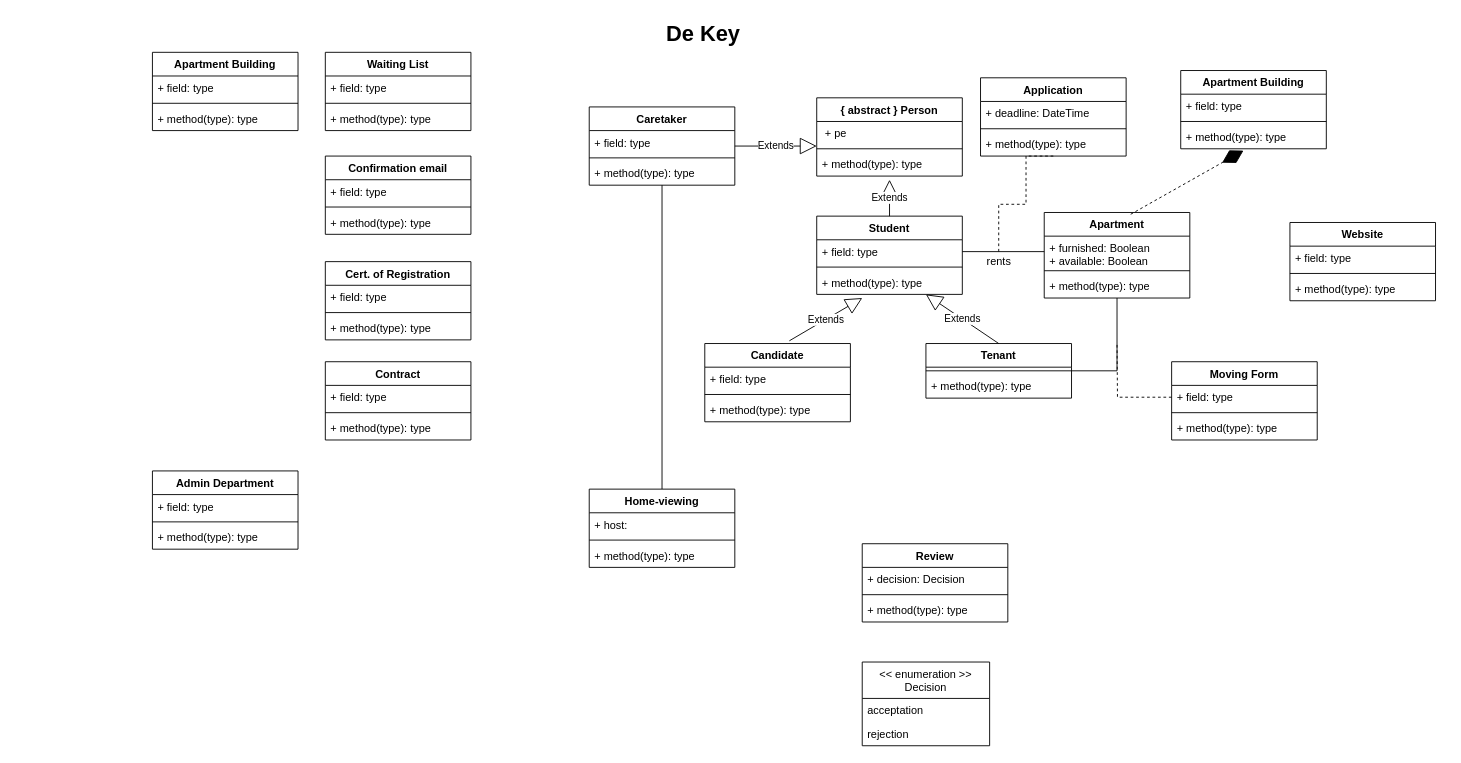
Above: Model_De_Key.drawio in Barager/IS-design (draw.io), before the change. Source tidied: cells renumbered, new cells numbered last; positions are measured from the earlier drawing's top-left corner, leaving out a move shared by most shapes. Both pictures are drawn from the tidied source at 91%, with x=0, y=0 at pixel (15, 15).
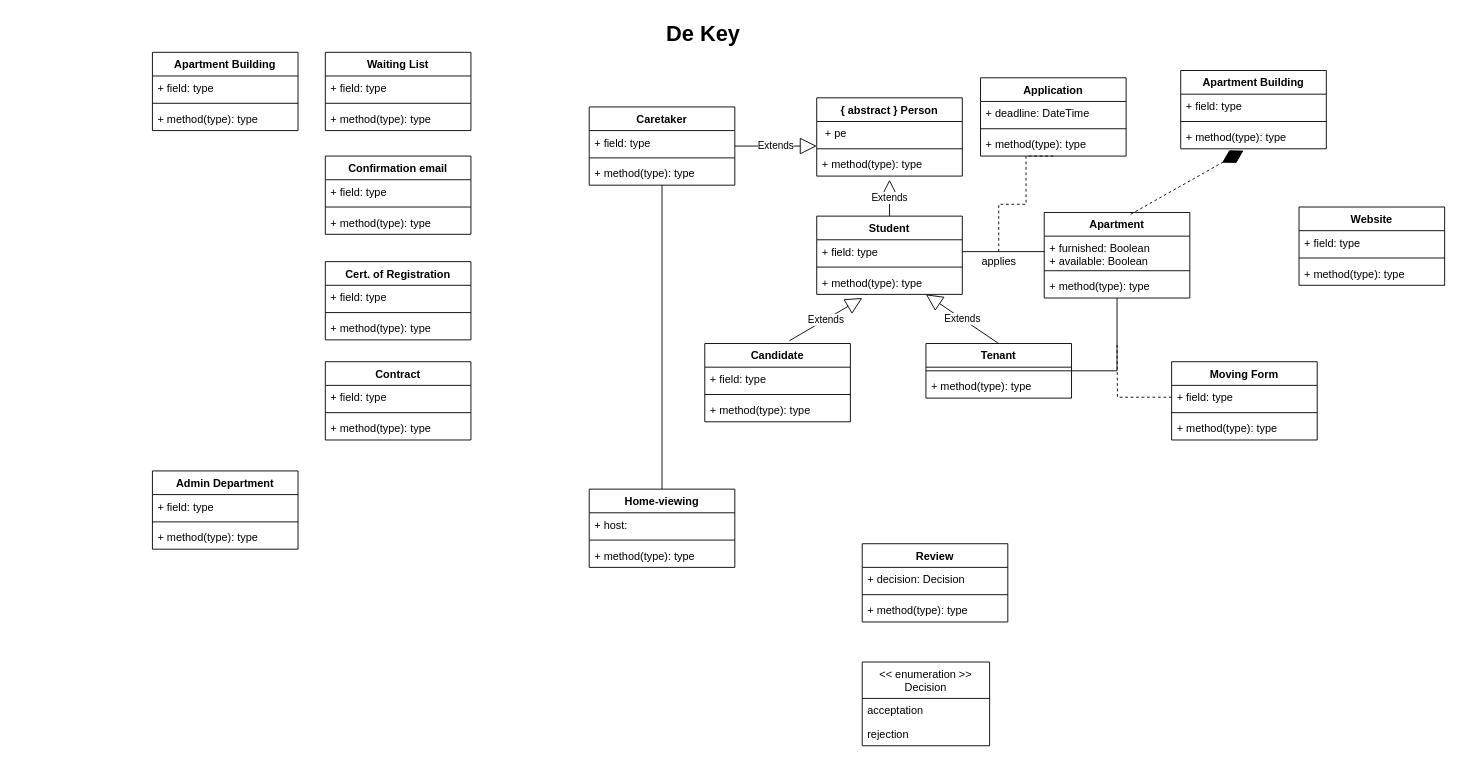
Above is the later version.

The edit, as a diff of the source:
```diff
@@
     <mxCell id="19" value="Website" style="swimlane;fontStyle=1;align=center;verticalAlign=top;horizontal=1;startSize=26;" parent="1" vertex="1">
-      <mxGeometry x="1400" y="227" width="160" height="86" as="geometry" />
+      <mxGeometry x="1410" y="210" width="160" height="86" as="geometry" />
     </mxCell>
@@
-    <mxCell id="85" value="rents" style="text;html=1;align=center;verticalAlign=middle;strokeColor=none;fillColor=none;" parent="1" vertex="1">
-      <mxGeometry x="1060" y="260" width="40" height="20" as="geometry" />
+    <mxCell id="85" value="applies" style="text;html=1;align=center;verticalAlign=middle;strokeColor=none;fillColor=none;" parent="1" vertex="1">
+      <mxGeometry x="1055" y="260" width="50" height="20" as="geometry" />
     </mxCell>
```
